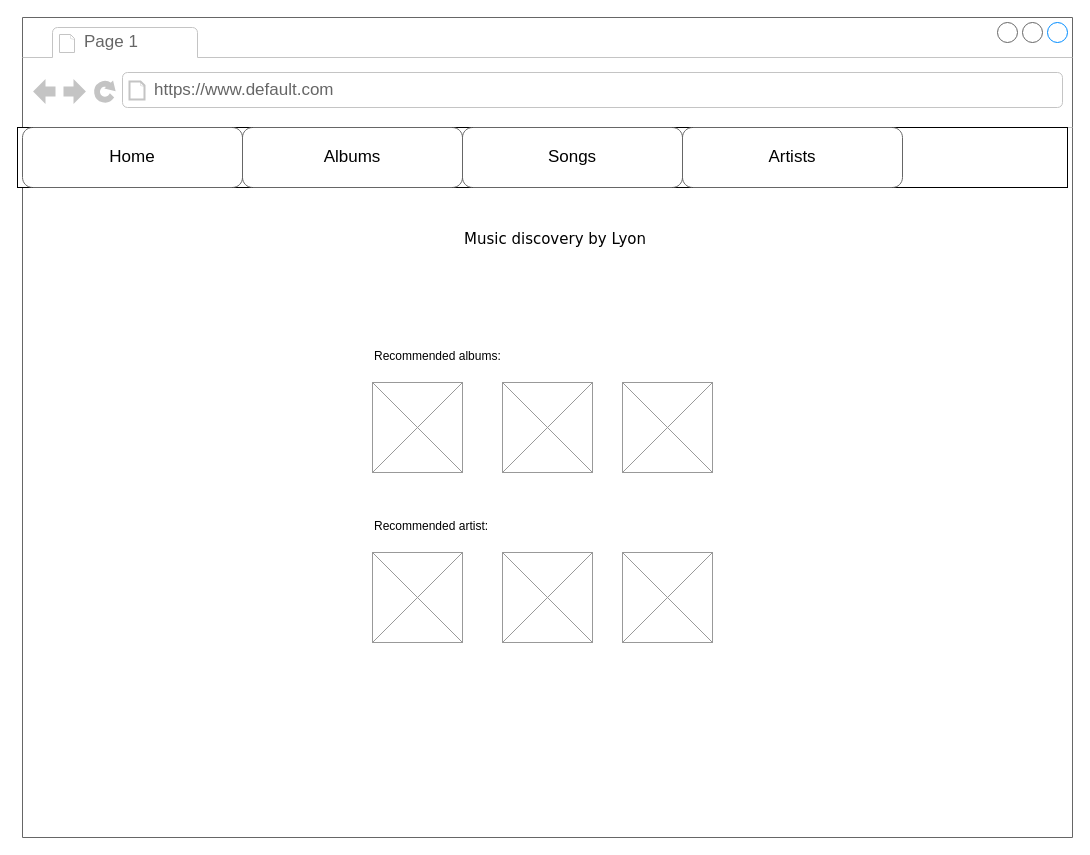
Before: Documentation/wireframes/index.drawio in LyonBerends/web-basics, a draw.io diagram. Source tidied: cells renumbered, new cells numbered last; positions are measured from the earlier drawing's top-left corner, leaving out a move shared by most shapes. Both pictures are drawn from the tidied source at 100%, with x=0, y=0 at pixel (17, 17).
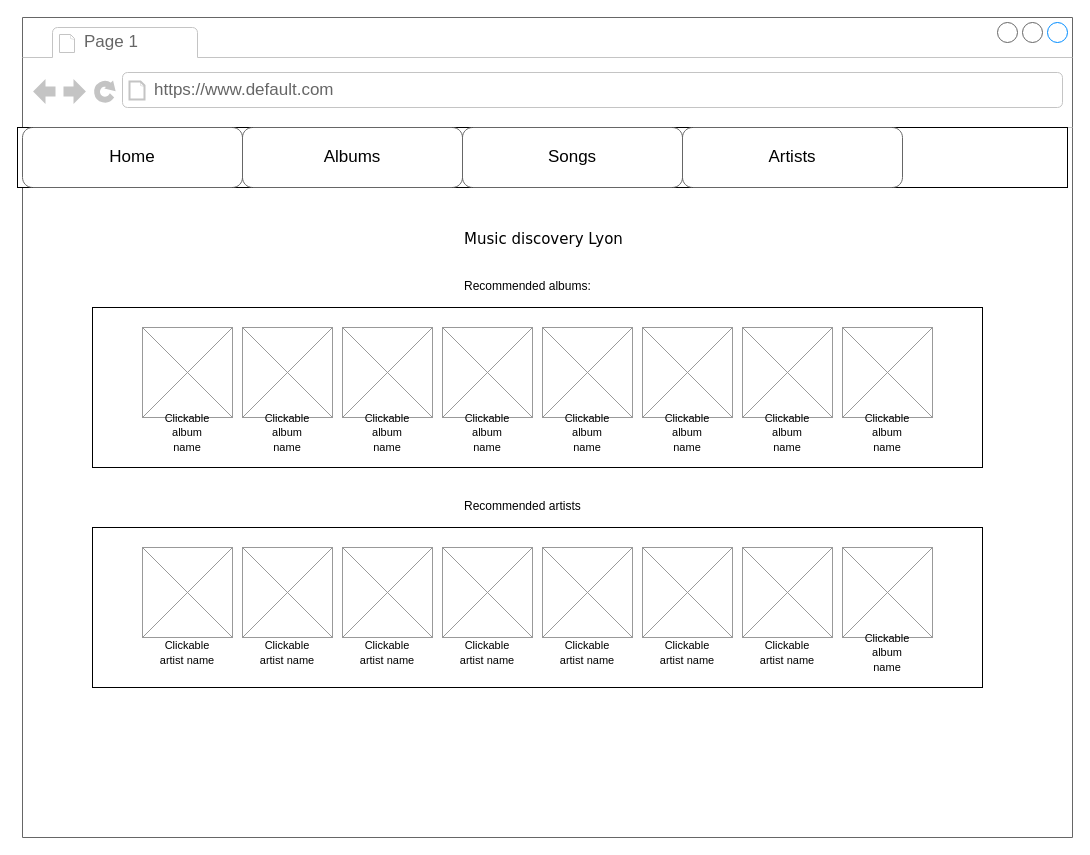
After the change.

Unchanged cells that the change refers to:
```xml
<mxCell id="2" style="strokeWidth=1;shadow=0;dashed=0;align=center;html=1;shape=mxgraph.mockup.containers.browserWindow;rSize=0;strokeColor=#666666;mainText=,;rounded=0;labelBackgroundColor=none;fontFamily=Verdana;fontSize=12;" parent="1" vertex="1">
  <mxGeometry x="5" width="1050" height="820" as="geometry" />
</mxCell>
```

The edit, as a diff of the source:
```diff
@@
+    <mxCell id="19" style="rounded=0;whiteSpace=wrap;html=1;" parent="2" vertex="1">
+      <mxGeometry x="70" y="290" width="890" height="160" as="geometry" />
+    </mxCell>
@@
-    <mxCell id="5" value="Music discovery by Lyon" style="text;html=1;align=left;verticalAlign=top;spacingTop=-4;fontSize=15;fontFamily=Verdana;" parent="2" vertex="1">
+    <mxCell id="5" value="Music discovery Lyon" style="text;html=1;align=left;verticalAlign=top;spacingTop=-4;fontSize=15;fontFamily=Verdana;" parent="2" vertex="1">
       <mxGeometry x="440" y="210" width="170" height="30" as="geometry" />
     </mxCell>
     <mxCell id="6" value="Recommended albums:" style="text;spacingTop=-5;whiteSpace=wrap;html=1;align=left;fontSize=12;fontFamily=Helvetica;fillColor=none;strokeColor=none;rounded=0;shadow=1;labelBackgroundColor=none;" parent="2" vertex="1">
-      <mxGeometry x="350" y="330" width="150" height="25" as="geometry" />
+      <mxGeometry x="440" y="260" width="150" height="25" as="geometry" />
     </mxCell>
@@
     <mxCell id="12" style="verticalLabelPosition=bottom;shadow=0;dashed=0;align=center;html=1;verticalAlign=top;strokeWidth=1;shape=mxgraph.mockup.graphics.simpleIcon;strokeColor=#999999;" parent="2" vertex="1">
-      <mxGeometry x="350" y="365" width="90" height="90" as="geometry" />
+      <mxGeometry x="120" y="310" width="90" height="90" as="geometry" />
     </mxCell>
-    <mxCell id="13" style="verticalLabelPosition=bottom;shadow=0;dashed=0;align=center;html=1;verticalAlign=top;strokeWidth=1;shape=mxgraph.mockup.graphics.simpleIcon;strokeColor=#999999;" parent="2" vertex="1">
-      <mxGeometry x="480" y="365" width="90" height="90" as="geometry" />
-    </mxCell>
-    <mxCell id="14" style="verticalLabelPosition=bottom;shadow=0;dashed=0;align=center;html=1;verticalAlign=top;strokeWidth=1;shape=mxgraph.mockup.graphics.simpleIcon;strokeColor=#999999;" parent="2" vertex="1">
-      <mxGeometry x="600" y="365" width="90" height="90" as="geometry" />
-    </mxCell>
-    <mxCell id="15" value="Recommended artist:" style="text;spacingTop=-5;whiteSpace=wrap;html=1;align=left;fontSize=12;fontFamily=Helvetica;fillColor=none;strokeColor=none;rounded=0;shadow=1;labelBackgroundColor=none;" parent="2" vertex="1">
-      <mxGeometry x="350" y="500" width="150" height="25" as="geometry" />
-    </mxCell>
-    <mxCell id="16" style="verticalLabelPosition=bottom;shadow=0;dashed=0;align=center;html=1;verticalAlign=top;strokeWidth=1;shape=mxgraph.mockup.graphics.simpleIcon;strokeColor=#999999;" parent="2" vertex="1">
-      <mxGeometry x="350" y="535" width="90" height="90" as="geometry" />
-    </mxCell>
-    <mxCell id="17" style="verticalLabelPosition=bottom;shadow=0;dashed=0;align=center;html=1;verticalAlign=top;strokeWidth=1;shape=mxgraph.mockup.graphics.simpleIcon;strokeColor=#999999;" parent="2" vertex="1">
-      <mxGeometry x="480" y="535" width="90" height="90" as="geometry" />
-    </mxCell>
-    <mxCell id="18" style="verticalLabelPosition=bottom;shadow=0;dashed=0;align=center;html=1;verticalAlign=top;strokeWidth=1;shape=mxgraph.mockup.graphics.simpleIcon;strokeColor=#999999;" parent="2" vertex="1">
-      <mxGeometry x="600" y="535" width="90" height="90" as="geometry" />
-    </mxCell>
+    <mxCell id="20" value="&lt;font style=&quot;font-size: 11px;&quot;&gt;Clickable album name&lt;br&gt;&lt;/font&gt;" style="text;html=1;align=center;verticalAlign=middle;whiteSpace=wrap;rounded=0;" parent="2" vertex="1">
+      <mxGeometry x="135" y="400" width="60" height="30" as="geometry" />
+    </mxCell>
+    <mxCell id="21" style="verticalLabelPosition=bottom;shadow=0;dashed=0;align=center;html=1;verticalAlign=top;strokeWidth=1;shape=mxgraph.mockup.graphics.simpleIcon;strokeColor=#999999;" parent="2" vertex="1">
+      <mxGeometry x="220" y="310" width="90" height="90" as="geometry" />
+    </mxCell>
+    <mxCell id="22" value="&lt;font style=&quot;font-size: 11px;&quot;&gt;Clickable album name&lt;br&gt;&lt;/font&gt;" style="text;html=1;align=center;verticalAlign=middle;whiteSpace=wrap;rounded=0;" parent="2" vertex="1">
+      <mxGeometry x="235" y="400" width="60" height="30" as="geometry" />
+    </mxCell>
+    <mxCell id="23" style="verticalLabelPosition=bottom;shadow=0;dashed=0;align=center;html=1;verticalAlign=top;strokeWidth=1;shape=mxgraph.mockup.graphics.simpleIcon;strokeColor=#999999;" parent="2" vertex="1">
+      <mxGeometry x="320" y="310" width="90" height="90" as="geometry" />
+    </mxCell>
+    <mxCell id="24" value="&lt;font style=&quot;font-size: 11px;&quot;&gt;Clickable album name&lt;br&gt;&lt;/font&gt;" style="text;html=1;align=center;verticalAlign=middle;whiteSpace=wrap;rounded=0;" parent="2" vertex="1">
+      <mxGeometry x="335" y="400" width="60" height="30" as="geometry" />
+    </mxCell>
+    <mxCell id="25" style="verticalLabelPosition=bottom;shadow=0;dashed=0;align=center;html=1;verticalAlign=top;strokeWidth=1;shape=mxgraph.mockup.graphics.simpleIcon;strokeColor=#999999;" parent="2" vertex="1">
+      <mxGeometry x="420" y="310" width="90" height="90" as="geometry" />
+    </mxCell>
+    <mxCell id="26" value="&lt;font style=&quot;font-size: 11px;&quot;&gt;Clickable album name&lt;br&gt;&lt;/font&gt;" style="text;html=1;align=center;verticalAlign=middle;whiteSpace=wrap;rounded=0;" parent="2" vertex="1">
+      <mxGeometry x="435" y="400" width="60" height="30" as="geometry" />
+    </mxCell>
+    <mxCell id="27" style="verticalLabelPosition=bottom;shadow=0;dashed=0;align=center;html=1;verticalAlign=top;strokeWidth=1;shape=mxgraph.mockup.graphics.simpleIcon;strokeColor=#999999;" parent="2" vertex="1">
+      <mxGeometry x="520" y="310" width="90" height="90" as="geometry" />
+    </mxCell>
+    <mxCell id="28" value="&lt;font style=&quot;font-size: 11px;&quot;&gt;Clickable album name&lt;br&gt;&lt;/font&gt;" style="text;html=1;align=center;verticalAlign=middle;whiteSpace=wrap;rounded=0;" parent="2" vertex="1">
+      <mxGeometry x="535" y="400" width="60" height="30" as="geometry" />
+    </mxCell>
+    <mxCell id="29" style="verticalLabelPosition=bottom;shadow=0;dashed=0;align=center;html=1;verticalAlign=top;strokeWidth=1;shape=mxgraph.mockup.graphics.simpleIcon;strokeColor=#999999;" parent="2" vertex="1">
+      <mxGeometry x="620" y="310" width="90" height="90" as="geometry" />
+    </mxCell>
+    <mxCell id="30" value="&lt;font style=&quot;font-size: 11px;&quot;&gt;Clickable album name&lt;br&gt;&lt;/font&gt;" style="text;html=1;align=center;verticalAlign=middle;whiteSpace=wrap;rounded=0;" parent="2" vertex="1">
+      <mxGeometry x="635" y="400" width="60" height="30" as="geometry" />
+    </mxCell>
+    <mxCell id="31" style="verticalLabelPosition=bottom;shadow=0;dashed=0;align=center;html=1;verticalAlign=top;strokeWidth=1;shape=mxgraph.mockup.graphics.simpleIcon;strokeColor=#999999;" parent="2" vertex="1">
+      <mxGeometry x="720" y="310" width="90" height="90" as="geometry" />
+    </mxCell>
+    <mxCell id="32" value="&lt;font style=&quot;font-size: 11px;&quot;&gt;Clickable album name&lt;br&gt;&lt;/font&gt;" style="text;html=1;align=center;verticalAlign=middle;whiteSpace=wrap;rounded=0;" parent="2" vertex="1">
+      <mxGeometry x="735" y="400" width="60" height="30" as="geometry" />
+    </mxCell>
+    <mxCell id="33" style="verticalLabelPosition=bottom;shadow=0;dashed=0;align=center;html=1;verticalAlign=top;strokeWidth=1;shape=mxgraph.mockup.graphics.simpleIcon;strokeColor=#999999;" parent="2" vertex="1">
+      <mxGeometry x="820" y="310" width="90" height="90" as="geometry" />
+    </mxCell>
+    <mxCell id="34" value="&lt;font style=&quot;font-size: 11px;&quot;&gt;Clickable album name&lt;br&gt;&lt;/font&gt;" style="text;html=1;align=center;verticalAlign=middle;whiteSpace=wrap;rounded=0;" parent="2" vertex="1">
+      <mxGeometry x="835" y="400" width="60" height="30" as="geometry" />
+    </mxCell>
+    <mxCell id="35" style="rounded=0;whiteSpace=wrap;html=1;" parent="2" vertex="1">
+      <mxGeometry x="70" y="510" width="890" height="160" as="geometry" />
+    </mxCell>
+    <mxCell id="36" value="Recommended artists" style="text;spacingTop=-5;whiteSpace=wrap;html=1;align=left;fontSize=12;fontFamily=Helvetica;fillColor=none;strokeColor=none;rounded=0;shadow=1;labelBackgroundColor=none;" parent="2" vertex="1">
+      <mxGeometry x="440" y="480" width="150" height="25" as="geometry" />
+    </mxCell>
+    <mxCell id="37" style="verticalLabelPosition=bottom;shadow=0;dashed=0;align=center;html=1;verticalAlign=top;strokeWidth=1;shape=mxgraph.mockup.graphics.simpleIcon;strokeColor=#999999;" parent="2" vertex="1">
+      <mxGeometry x="120" y="530" width="90" height="90" as="geometry" />
+    </mxCell>
+    <mxCell id="38" value="&lt;font style=&quot;font-size: 11px;&quot;&gt;Clickable artist name&lt;br&gt;&lt;/font&gt;" style="text;html=1;align=center;verticalAlign=middle;whiteSpace=wrap;rounded=0;" parent="2" vertex="1">
+      <mxGeometry x="135" y="620" width="60" height="30" as="geometry" />
+    </mxCell>
+    <mxCell id="39" style="verticalLabelPosition=bottom;shadow=0;dashed=0;align=center;html=1;verticalAlign=top;strokeWidth=1;shape=mxgraph.mockup.graphics.simpleIcon;strokeColor=#999999;" parent="2" vertex="1">
+      <mxGeometry x="220" y="530" width="90" height="90" as="geometry" />
+    </mxCell>
+    <mxCell id="40" value="&lt;font style=&quot;font-size: 11px;&quot;&gt;Clickable artist name&lt;br&gt;&lt;/font&gt;" style="text;html=1;align=center;verticalAlign=middle;whiteSpace=wrap;rounded=0;" parent="2" vertex="1">
+      <mxGeometry x="235" y="620" width="60" height="30" as="geometry" />
+    </mxCell>
+    <mxCell id="41" style="verticalLabelPosition=bottom;shadow=0;dashed=0;align=center;html=1;verticalAlign=top;strokeWidth=1;shape=mxgraph.mockup.graphics.simpleIcon;strokeColor=#999999;" parent="2" vertex="1">
+      <mxGeometry x="320" y="530" width="90" height="90" as="geometry" />
+    </mxCell>
+    <mxCell id="42" value="&lt;font style=&quot;font-size: 11px;&quot;&gt;Clickable artist name&lt;br&gt;&lt;/font&gt;" style="text;html=1;align=center;verticalAlign=middle;whiteSpace=wrap;rounded=0;" parent="2" vertex="1">
+      <mxGeometry x="335" y="620" width="60" height="30" as="geometry" />
+    </mxCell>
+    <mxCell id="43" style="verticalLabelPosition=bottom;shadow=0;dashed=0;align=center;html=1;verticalAlign=top;strokeWidth=1;shape=mxgraph.mockup.graphics.simpleIcon;strokeColor=#999999;" parent="2" vertex="1">
+      <mxGeometry x="420" y="530" width="90" height="90" as="geometry" />
+    </mxCell>
+    <mxCell id="44" value="&lt;font style=&quot;font-size: 11px;&quot;&gt;Clickable artist name&lt;br&gt;&lt;/font&gt;" style="text;html=1;align=center;verticalAlign=middle;whiteSpace=wrap;rounded=0;" parent="2" vertex="1">
+      <mxGeometry x="435" y="620" width="60" height="30" as="geometry" />
+    </mxCell>
+    <mxCell id="45" style="verticalLabelPosition=bottom;shadow=0;dashed=0;align=center;html=1;verticalAlign=top;strokeWidth=1;shape=mxgraph.mockup.graphics.simpleIcon;strokeColor=#999999;" parent="2" vertex="1">
+      <mxGeometry x="520" y="530" width="90" height="90" as="geometry" />
+    </mxCell>
+    <mxCell id="46" value="&lt;font style=&quot;font-size: 11px;&quot;&gt;Clickable artist name&lt;br&gt;&lt;/font&gt;" style="text;html=1;align=center;verticalAlign=middle;whiteSpace=wrap;rounded=0;" parent="2" vertex="1">
+      <mxGeometry x="535" y="620" width="60" height="30" as="geometry" />
+    </mxCell>
+    <mxCell id="47" style="verticalLabelPosition=bottom;shadow=0;dashed=0;align=center;html=1;verticalAlign=top;strokeWidth=1;shape=mxgraph.mockup.graphics.simpleIcon;strokeColor=#999999;" parent="2" vertex="1">
+      <mxGeometry x="620" y="530" width="90" height="90" as="geometry" />
+    </mxCell>
+    <mxCell id="48" value="&lt;font style=&quot;font-size: 11px;&quot;&gt;Clickable artist name&lt;br&gt;&lt;/font&gt;" style="text;html=1;align=center;verticalAlign=middle;whiteSpace=wrap;rounded=0;" parent="2" vertex="1">
+      <mxGeometry x="635" y="620" width="60" height="30" as="geometry" />
+    </mxCell>
+    <mxCell id="49" style="verticalLabelPosition=bottom;shadow=0;dashed=0;align=center;html=1;verticalAlign=top;strokeWidth=1;shape=mxgraph.mockup.graphics.simpleIcon;strokeColor=#999999;" parent="2" vertex="1">
+      <mxGeometry x="720" y="530" width="90" height="90" as="geometry" />
+    </mxCell>
+    <mxCell id="50" value="&lt;font style=&quot;font-size: 11px;&quot;&gt;Clickable artist name&lt;br&gt;&lt;/font&gt;" style="text;html=1;align=center;verticalAlign=middle;whiteSpace=wrap;rounded=0;" parent="2" vertex="1">
+      <mxGeometry x="735" y="620" width="60" height="30" as="geometry" />
+    </mxCell>
+    <mxCell id="51" style="verticalLabelPosition=bottom;shadow=0;dashed=0;align=center;html=1;verticalAlign=top;strokeWidth=1;shape=mxgraph.mockup.graphics.simpleIcon;strokeColor=#999999;" parent="2" vertex="1">
+      <mxGeometry x="820" y="530" width="90" height="90" as="geometry" />
+    </mxCell>
+    <mxCell id="52" value="&lt;font style=&quot;font-size: 11px;&quot;&gt;Clickable album name&lt;br&gt;&lt;/font&gt;" style="text;html=1;align=center;verticalAlign=middle;whiteSpace=wrap;rounded=0;" parent="2" vertex="1">
+      <mxGeometry x="835" y="620" width="60" height="30" as="geometry" />
+    </mxCell>
```
